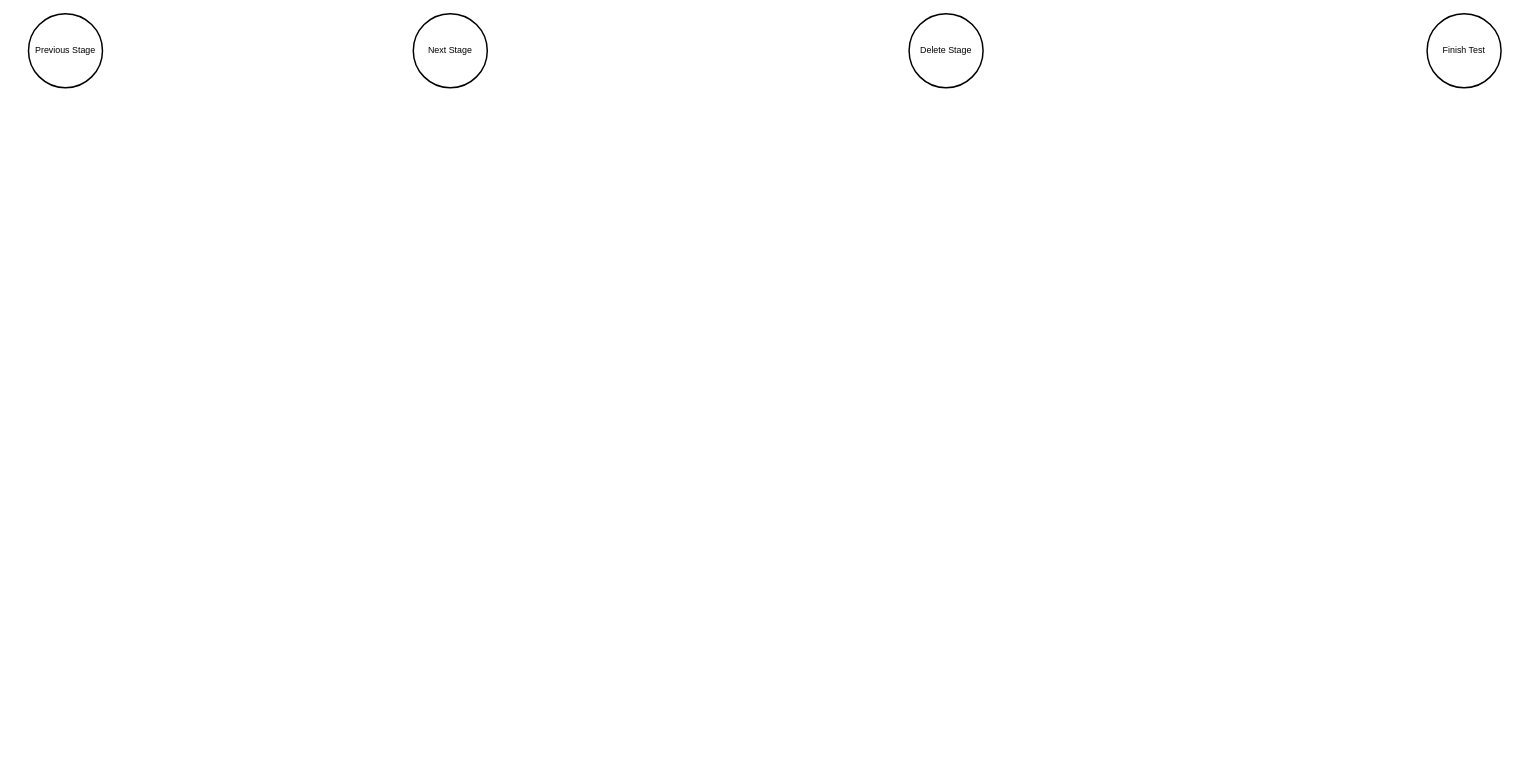
Before: page "New_Test_Creator_Tab" (4 of 5) of Computer_App/Load_Test_Tab.drawio in calebschmurr/AUNA_Test_Box, a draw.io diagram. Source tidied: cells renumbered, new cells numbered last; positions are measured from the earlier drawing's top-left corner, leaving out a move shared by most shapes. Both pictures are drawn from the tidied source at 74%, with x=0, y=0 at pixel (28, 13).
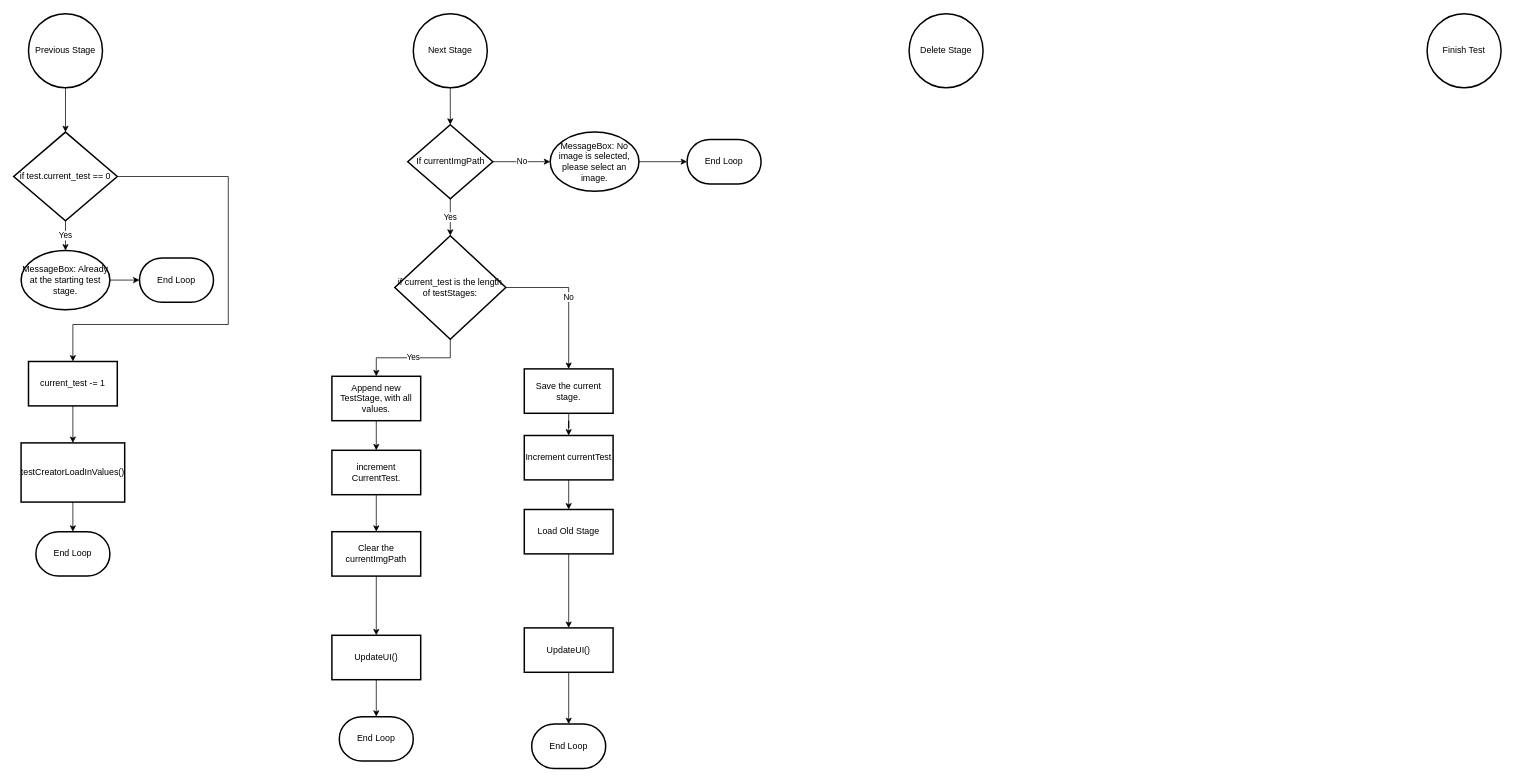
The same page after the edit.

The change refers to these unchanged cells:
```xml
<mxCell id="2" value="Previous Stage" style="strokeWidth=2;html=1;shape=mxgraph.flowchart.start_2;whiteSpace=wrap;" parent="1" vertex="1">
  <mxGeometry width="100" height="100" as="geometry" />
</mxCell>
<mxCell id="3" value="Next Stage" style="strokeWidth=2;html=1;shape=mxgraph.flowchart.start_2;whiteSpace=wrap;" parent="1" vertex="1">
  <mxGeometry x="520" width="100" height="100" as="geometry" />
</mxCell>
```

What changed in the source:
```diff
@@
+    <mxCell id="6" style="edgeStyle=orthogonalEdgeStyle;rounded=0;jettySize=auto;html=1;" parent="1" edge="1" source="2" target="10">
+      <mxGeometry relative="1" as="geometry" />
+    </mxCell>
@@
+    <mxCell id="7" style="edgeStyle=orthogonalEdgeStyle;rounded=0;jettySize=auto;html=1;" parent="1" edge="1" source="3" target="21">
+      <mxGeometry relative="1" as="geometry" />
+    </mxCell>
@@
+    <mxCell id="8" value="Yes" style="edgeStyle=orthogonalEdgeStyle;rounded=0;jettySize=auto;html=1;" parent="1" edge="1" source="10" target="12">
+      <mxGeometry relative="1" as="geometry" />
+    </mxCell>
+    <mxCell id="9" style="edgeStyle=orthogonalEdgeStyle;rounded=0;jettySize=auto;html=1;" parent="1" edge="1" source="10" target="15">
+      <mxGeometry relative="1" as="geometry">
+        <Array as="points">
+          <mxPoint x="270" y="220" />
+          <mxPoint x="270" y="420" />
+          <mxPoint x="60" y="420" />
+        </Array>
+      </mxGeometry>
+    </mxCell>
+    <mxCell id="10" value="if test.current_test == 0" style="rhombus;whiteSpace=wrap;html=1;strokeWidth=2;" parent="1" vertex="1">
+      <mxGeometry x="-20" y="160" width="140" height="120" as="geometry" />
+    </mxCell>
+    <mxCell id="11" style="edgeStyle=orthogonalEdgeStyle;rounded=0;jettySize=auto;html=1;" parent="1" edge="1" source="12" target="13">
+      <mxGeometry relative="1" as="geometry" />
+    </mxCell>
+    <mxCell id="12" value="MessageBox: Already at the starting test stage." style="ellipse;whiteSpace=wrap;html=1;strokeWidth=2;" parent="1" vertex="1">
+      <mxGeometry x="-10" y="320" width="120" height="80" as="geometry" />
+    </mxCell>
+    <mxCell id="13" value="End Loop" style="strokeWidth=2;html=1;shape=mxgraph.flowchart.terminator;whiteSpace=wrap;" parent="1" vertex="1">
+      <mxGeometry x="150" y="330" width="100" height="60" as="geometry" />
+    </mxCell>
+    <mxCell id="14" style="edgeStyle=orthogonalEdgeStyle;rounded=0;jettySize=auto;html=1;" parent="1" edge="1" source="15" target="17">
+      <mxGeometry relative="1" as="geometry" />
+    </mxCell>
+    <mxCell id="15" value="current_test -= 1" style="whiteSpace=wrap;html=1;strokeWidth=2;" parent="1" vertex="1">
+      <mxGeometry y="470" width="120" height="60" as="geometry" />
+    </mxCell>
+    <mxCell id="16" style="edgeStyle=orthogonalEdgeStyle;rounded=0;jettySize=auto;html=1;" parent="1" edge="1" source="17" target="18">
+      <mxGeometry relative="1" as="geometry" />
+    </mxCell>
+    <mxCell id="17" value="testCreatorLoadInValues()" style="whiteSpace=wrap;html=1;strokeWidth=2;" parent="1" vertex="1">
+      <mxGeometry x="-10" y="580" width="140" height="80" as="geometry" />
+    </mxCell>
+    <mxCell id="18" value="End Loop" style="strokeWidth=2;html=1;shape=mxgraph.flowchart.terminator;whiteSpace=wrap;" parent="1" vertex="1">
+      <mxGeometry x="10" y="700" width="100" height="60" as="geometry" />
+    </mxCell>
+    <mxCell id="19" value="No" style="edgeStyle=orthogonalEdgeStyle;rounded=0;jettySize=auto;html=1;" parent="1" edge="1" source="21" target="23">
+      <mxGeometry relative="1" as="geometry" />
+    </mxCell>
+    <mxCell id="20" value="Yes" style="edgeStyle=orthogonalEdgeStyle;rounded=0;jettySize=auto;html=1;" parent="1" edge="1" source="21" target="27">
+      <mxGeometry relative="1" as="geometry" />
+    </mxCell>
+    <mxCell id="21" value="If currentImgPath" style="rhombus;whiteSpace=wrap;html=1;strokeWidth=2;" parent="1" vertex="1">
+      <mxGeometry x="512.5" y="150" width="115" height="100" as="geometry" />
+    </mxCell>
+    <mxCell id="22" style="edgeStyle=orthogonalEdgeStyle;rounded=0;jettySize=auto;html=1;" parent="1" edge="1" source="23" target="24">
+      <mxGeometry relative="1" as="geometry" />
+    </mxCell>
+    <mxCell id="23" value="MessageBox: No image is selected, please select an image." style="ellipse;whiteSpace=wrap;html=1;strokeWidth=2;" parent="1" vertex="1">
+      <mxGeometry x="705" y="160" width="120" height="80" as="geometry" />
+    </mxCell>
+    <mxCell id="24" value="End Loop" style="strokeWidth=2;html=1;shape=mxgraph.flowchart.terminator;whiteSpace=wrap;" parent="1" vertex="1">
+      <mxGeometry x="890" y="170" width="100" height="60" as="geometry" />
+    </mxCell>
+    <mxCell id="25" value="Yes" style="edgeStyle=orthogonalEdgeStyle;rounded=0;jettySize=auto;html=1;" parent="1" edge="1" source="27" target="29">
+      <mxGeometry relative="1" as="geometry" />
+    </mxCell>
+    <mxCell id="26" value="No" style="edgeStyle=orthogonalEdgeStyle;rounded=0;jettySize=auto;html=1;" parent="1" edge="1" source="27" target="31">
+      <mxGeometry relative="1" as="geometry" />
+    </mxCell>
+    <mxCell id="27" value="if current_test is the length of testStages:" style="rhombus;whiteSpace=wrap;html=1;strokeWidth=2;" parent="1" vertex="1">
+      <mxGeometry x="495" y="300" width="150" height="140" as="geometry" />
+    </mxCell>
+    <mxCell id="28" style="edgeStyle=orthogonalEdgeStyle;rounded=0;jettySize=auto;html=1;" parent="1" edge="1" source="29" target="33">
+      <mxGeometry relative="1" as="geometry" />
+    </mxCell>
+    <mxCell id="29" value="Append new TestStage, with all values." style="whiteSpace=wrap;html=1;strokeWidth=2;" parent="1" vertex="1">
+      <mxGeometry x="410" y="490" width="120" height="60" as="geometry" />
+    </mxCell>
+    <mxCell id="30" style="edgeStyle=orthogonalEdgeStyle;rounded=0;jettySize=auto;html=1;" parent="1" edge="1" source="31" target="39">
+      <mxGeometry relative="1" as="geometry" />
+    </mxCell>
+    <mxCell id="31" value="Save the current stage." style="whiteSpace=wrap;html=1;strokeWidth=2;" parent="1" vertex="1">
+      <mxGeometry x="670" y="480" width="120" height="60" as="geometry" />
+    </mxCell>
+    <mxCell id="32" style="edgeStyle=orthogonalEdgeStyle;rounded=0;jettySize=auto;html=1;" parent="1" edge="1" source="33" target="35">
+      <mxGeometry relative="1" as="geometry" />
+    </mxCell>
+    <mxCell id="33" value="increment CurrentTest." style="whiteSpace=wrap;html=1;strokeWidth=2;" parent="1" vertex="1">
+      <mxGeometry x="410" y="590" width="120" height="60" as="geometry" />
+    </mxCell>
+    <mxCell id="34" style="edgeStyle=orthogonalEdgeStyle;rounded=0;jettySize=auto;html=1;" parent="1" edge="1" source="35" target="37">
+      <mxGeometry relative="1" as="geometry" />
+    </mxCell>
+    <mxCell id="35" value="Clear the currentImgPath" style="whiteSpace=wrap;html=1;strokeWidth=2;" parent="1" vertex="1">
+      <mxGeometry x="410" y="700" width="120" height="60" as="geometry" />
+    </mxCell>
+    <mxCell id="36" style="edgeStyle=orthogonalEdgeStyle;rounded=0;jettySize=auto;html=1;" parent="1" edge="1" source="37" target="44">
+      <mxGeometry relative="1" as="geometry" />
+    </mxCell>
+    <mxCell id="37" value="UpdateUI()" style="whiteSpace=wrap;html=1;strokeWidth=2;" parent="1" vertex="1">
+      <mxGeometry x="410" y="840" width="120" height="60" as="geometry" />
+    </mxCell>
+    <mxCell id="38" style="edgeStyle=orthogonalEdgeStyle;rounded=0;jettySize=auto;html=1;" parent="1" edge="1" source="39" target="41">
+      <mxGeometry relative="1" as="geometry" />
+    </mxCell>
+    <mxCell id="39" value="Increment currentTest" style="whiteSpace=wrap;html=1;strokeWidth=2;" parent="1" vertex="1">
+      <mxGeometry x="670" y="570" width="120" height="60" as="geometry" />
+    </mxCell>
+    <mxCell id="40" style="edgeStyle=orthogonalEdgeStyle;rounded=0;jettySize=auto;html=1;" parent="1" edge="1" source="41" target="43">
+      <mxGeometry relative="1" as="geometry" />
+    </mxCell>
+    <mxCell id="41" value="Load Old Stage" style="whiteSpace=wrap;html=1;strokeWidth=2;" parent="1" vertex="1">
+      <mxGeometry x="670" y="670" width="120" height="60" as="geometry" />
+    </mxCell>
+    <mxCell id="42" style="edgeStyle=orthogonalEdgeStyle;rounded=0;jettySize=auto;html=1;" parent="1" edge="1" source="43" target="45">
+      <mxGeometry relative="1" as="geometry" />
+    </mxCell>
+    <mxCell id="43" value="UpdateUI()" style="whiteSpace=wrap;html=1;strokeWidth=2;" parent="1" vertex="1">
+      <mxGeometry x="670" y="830" width="120" height="60" as="geometry" />
+    </mxCell>
+    <mxCell id="44" value="End Loop" style="strokeWidth=2;html=1;shape=mxgraph.flowchart.terminator;whiteSpace=wrap;" parent="1" vertex="1">
+      <mxGeometry x="420" y="950" width="100" height="60" as="geometry" />
+    </mxCell>
+    <mxCell id="45" value="End Loop" style="strokeWidth=2;html=1;shape=mxgraph.flowchart.terminator;whiteSpace=wrap;" parent="1" vertex="1">
+      <mxGeometry x="680" y="960" width="100" height="60" as="geometry" />
+    </mxCell>
```
